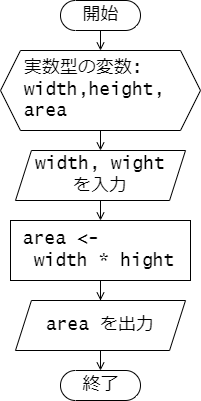
Earlier version of the draw.io export src/assets/flowchart_chap04_rectangle.png (rikitoro/GE2_programming_workbook). Source tidied: cells renumbered, new cells last; positions are measured from the earlier drawing's top-left corner, leaving out a move shared by most shapes. Source of this version:
```xml
<mxGraphModel>
  <root>
    <mxCell id="0" />
    <mxCell id="1" parent="0" />
    <mxCell id="2" style="edgeStyle=orthogonalEdgeStyle;rounded=0;jettySize=auto;html=1;exitX=0.5;exitY=1;exitDx=0;exitDy=0;entryX=0.5;entryY=0;entryDx=0;entryDy=0;endArrow=open;endFill=0;" parent="1" edge="1" source="3" target="10">
      <mxGeometry relative="1" as="geometry" />
    </mxCell>
    <mxCell id="3" value="&amp;nbsp; 実数型の変数:&lt;br style=&quot;font-size: 18px;&quot;&gt;&amp;nbsp; width,height,&lt;br&gt;&amp;nbsp; area" style="shape=hexagon;perimeter=hexagonPerimeter2;whiteSpace=wrap;html=1;fixedSize=1;fontSize=18;size=20;fontFamily=Lucida Console;align=left;" parent="1" vertex="1">
      <mxGeometry y="50" width="200" height="80" as="geometry" />
    </mxCell>
    <mxCell id="4" style="edgeStyle=orthogonalEdgeStyle;rounded=0;jettySize=auto;html=1;exitX=0.5;exitY=1;exitDx=0;exitDy=0;endArrow=open;endFill=0;" parent="1" edge="1" source="5" target="12">
      <mxGeometry relative="1" as="geometry" />
    </mxCell>
    <mxCell id="5" value="&amp;nbsp;area &amp;lt;-&amp;nbsp;&lt;br&gt;&amp;nbsp; width * hight" style="html=1;dashed=0;whitespace=wrap;fontSize=18;fontFamily=Lucida Console;align=left;" parent="1" vertex="1">
      <mxGeometry x="10" y="220" width="180" height="60" as="geometry" />
    </mxCell>
    <mxCell id="6" value="終了" style="html=1;dashed=0;whitespace=wrap;shape=mxgraph.dfd.start;fontFamily=Lucida Console;fontSize=18;" parent="1" vertex="1">
      <mxGeometry x="60" y="370" width="80" height="30" as="geometry" />
    </mxCell>
    <mxCell id="7" style="edgeStyle=orthogonalEdgeStyle;rounded=0;jettySize=auto;html=1;exitX=0.5;exitY=0.5;exitDx=0;exitDy=15;exitPerimeter=0;entryX=0.5;entryY=0;entryDx=0;entryDy=0;endArrow=open;endFill=0;" parent="1" edge="1" source="8" target="3">
      <mxGeometry relative="1" as="geometry" />
    </mxCell>
    <mxCell id="8" value="開始" style="html=1;dashed=0;whitespace=wrap;shape=mxgraph.dfd.start;fontFamily=Lucida Console;fontSize=18;" parent="1" vertex="1">
      <mxGeometry x="60" width="80" height="30" as="geometry" />
    </mxCell>
    <mxCell id="9" style="edgeStyle=orthogonalEdgeStyle;rounded=0;jettySize=auto;html=1;exitX=0.5;exitY=1;exitDx=0;exitDy=0;entryX=0.5;entryY=0;entryDx=0;entryDy=0;endArrow=open;endFill=0;" parent="1" edge="1" source="10" target="5">
      <mxGeometry relative="1" as="geometry" />
    </mxCell>
    <mxCell id="10" value="width, wight&lt;br&gt;を入力" style="shape=parallelogram;perimeter=parallelogramPerimeter;whiteSpace=wrap;html=1;dashed=0;fontSize=18;size=0.09375;fontFamily=Lucida Console;" parent="1" vertex="1">
      <mxGeometry x="15" y="150" width="170" height="50" as="geometry" />
    </mxCell>
    <mxCell id="11" style="edgeStyle=orthogonalEdgeStyle;rounded=0;jettySize=auto;html=1;exitX=0.5;exitY=1;exitDx=0;exitDy=0;entryX=0.5;entryY=0.5;entryDx=0;entryDy=-15;entryPerimeter=0;endArrow=open;endFill=0;" parent="1" edge="1" source="12" target="6">
      <mxGeometry relative="1" as="geometry" />
    </mxCell>
    <mxCell id="12" value="area を出力" style="shape=parallelogram;perimeter=parallelogramPerimeter;whiteSpace=wrap;html=1;dashed=0;fontSize=18;size=0.09375;fontFamily=Lucida Console;" parent="1" vertex="1">
      <mxGeometry x="15" y="300" width="170" height="50" as="geometry" />
    </mxCell>
  </root>
</mxGraphModel>
```
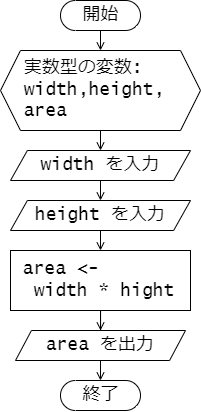
The same diagram one commit later.

Change to the diagram source:
```diff
@@ -2,11 +2,11 @@
   <root>
     <mxCell id="0" />
     <mxCell id="1" parent="0" />
-    <mxCell id="2" style="edgeStyle=orthogonalEdgeStyle;rounded=0;jettySize=auto;html=1;exitX=0.5;exitY=1;exitDx=0;exitDy=0;entryX=0.5;entryY=0;entryDx=0;entryDy=0;endArrow=open;endFill=0;" parent="1" edge="1" source="3" target="10">
-      <mxGeometry relative="1" as="geometry" />
-    </mxCell>
+    <mxCell id="13" style="edgeStyle=orthogonalEdgeStyle;rounded=0;jettySize=auto;html=1;exitX=0.5;exitY=1;exitDx=0;exitDy=0;entryX=0.5;entryY=0;entryDx=0;entryDy=0;endArrow=open;endFill=0;" parent="1" edge="1" source="3" target="15">
+      <mxGeometry relative="1" as="geometry" />
+    </mxCell>
     <mxCell id="3" value="&amp;nbsp; 実数型の変数:&lt;br style=&quot;font-size: 18px;&quot;&gt;&amp;nbsp; width,height,&lt;br&gt;&amp;nbsp; area" style="shape=hexagon;perimeter=hexagonPerimeter2;whiteSpace=wrap;html=1;fixedSize=1;fontSize=18;size=20;fontFamily=Lucida Console;align=left;" parent="1" vertex="1">
-      <mxGeometry y="50" width="200" height="80" as="geometry" />
+      <mxGeometry y="20" width="200" height="80" as="geometry" />
     </mxCell>
     <mxCell id="4" style="edgeStyle=orthogonalEdgeStyle;rounded=0;jettySize=auto;html=1;exitX=0.5;exitY=1;exitDx=0;exitDy=0;endArrow=open;endFill=0;" parent="1" edge="1" source="5" target="12">
       <mxGeometry relative="1" as="geometry" />
@@ -15,25 +15,31 @@
       <mxGeometry x="10" y="220" width="180" height="60" as="geometry" />
     </mxCell>
     <mxCell id="6" value="終了" style="html=1;dashed=0;whitespace=wrap;shape=mxgraph.dfd.start;fontFamily=Lucida Console;fontSize=18;" parent="1" vertex="1">
-      <mxGeometry x="60" y="370" width="80" height="30" as="geometry" />
+      <mxGeometry x="60" y="350" width="80" height="30" as="geometry" />
     </mxCell>
     <mxCell id="7" style="edgeStyle=orthogonalEdgeStyle;rounded=0;jettySize=auto;html=1;exitX=0.5;exitY=0.5;exitDx=0;exitDy=15;exitPerimeter=0;entryX=0.5;entryY=0;entryDx=0;entryDy=0;endArrow=open;endFill=0;" parent="1" edge="1" source="8" target="3">
       <mxGeometry relative="1" as="geometry" />
     </mxCell>
     <mxCell id="8" value="開始" style="html=1;dashed=0;whitespace=wrap;shape=mxgraph.dfd.start;fontFamily=Lucida Console;fontSize=18;" parent="1" vertex="1">
-      <mxGeometry x="60" width="80" height="30" as="geometry" />
+      <mxGeometry x="60" y="-30" width="80" height="30" as="geometry" />
     </mxCell>
     <mxCell id="9" style="edgeStyle=orthogonalEdgeStyle;rounded=0;jettySize=auto;html=1;exitX=0.5;exitY=1;exitDx=0;exitDy=0;entryX=0.5;entryY=0;entryDx=0;entryDy=0;endArrow=open;endFill=0;" parent="1" edge="1" source="10" target="5">
       <mxGeometry relative="1" as="geometry" />
     </mxCell>
-    <mxCell id="10" value="width, wight&lt;br&gt;を入力" style="shape=parallelogram;perimeter=parallelogramPerimeter;whiteSpace=wrap;html=1;dashed=0;fontSize=18;size=0.09375;fontFamily=Lucida Console;" parent="1" vertex="1">
-      <mxGeometry x="15" y="150" width="170" height="50" as="geometry" />
+    <mxCell id="10" value="height を入力" style="shape=parallelogram;perimeter=parallelogramPerimeter;whiteSpace=wrap;html=1;dashed=0;fontSize=18;size=0.09375;fontFamily=Lucida Console;" parent="1" vertex="1">
+      <mxGeometry x="10" y="170" width="180" height="30" as="geometry" />
     </mxCell>
     <mxCell id="11" style="edgeStyle=orthogonalEdgeStyle;rounded=0;jettySize=auto;html=1;exitX=0.5;exitY=1;exitDx=0;exitDy=0;entryX=0.5;entryY=0.5;entryDx=0;entryDy=-15;entryPerimeter=0;endArrow=open;endFill=0;" parent="1" edge="1" source="12" target="6">
       <mxGeometry relative="1" as="geometry" />
     </mxCell>
     <mxCell id="12" value="area を出力" style="shape=parallelogram;perimeter=parallelogramPerimeter;whiteSpace=wrap;html=1;dashed=0;fontSize=18;size=0.09375;fontFamily=Lucida Console;" parent="1" vertex="1">
-      <mxGeometry x="15" y="300" width="170" height="50" as="geometry" />
+      <mxGeometry x="15" y="300" width="170" height="30" as="geometry" />
     </mxCell>
+    <mxCell id="14" style="edgeStyle=orthogonalEdgeStyle;rounded=0;jettySize=auto;html=1;exitX=0.5;exitY=1;exitDx=0;exitDy=0;entryX=0.5;entryY=0;entryDx=0;entryDy=0;endArrow=open;endFill=0;" parent="1" edge="1" source="15" target="10">
+      <mxGeometry relative="1" as="geometry" />
+    </mxCell>
+    <mxCell id="15" value="width を入力" style="shape=parallelogram;perimeter=parallelogramPerimeter;whiteSpace=wrap;html=1;dashed=0;fontSize=18;size=0.09375;fontFamily=Lucida Console;" parent="1" vertex="1">
+      <mxGeometry x="10" y="120" width="180" height="30" as="geometry" />
+    </mxCell>
   </root>
 </mxGraphModel>
```
